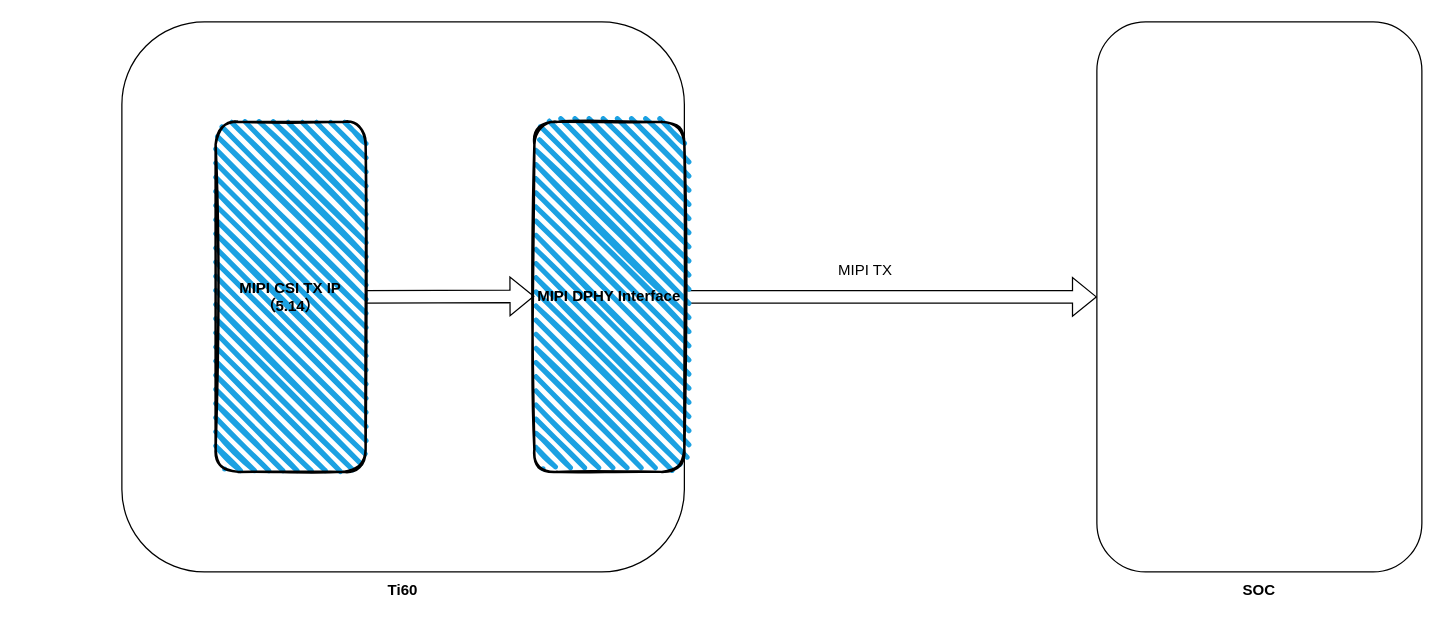
Before: A13-LD_Back.drawio in shenwangchong/learngit, a draw.io diagram. Source tidied: cells renumbered, new cells numbered last; positions are measured from the earlier drawing's top-left corner, leaving out a move shared by most shapes. Both pictures are drawn from the tidied source at 125%, with x=0, y=0 at pixel (121, 21).
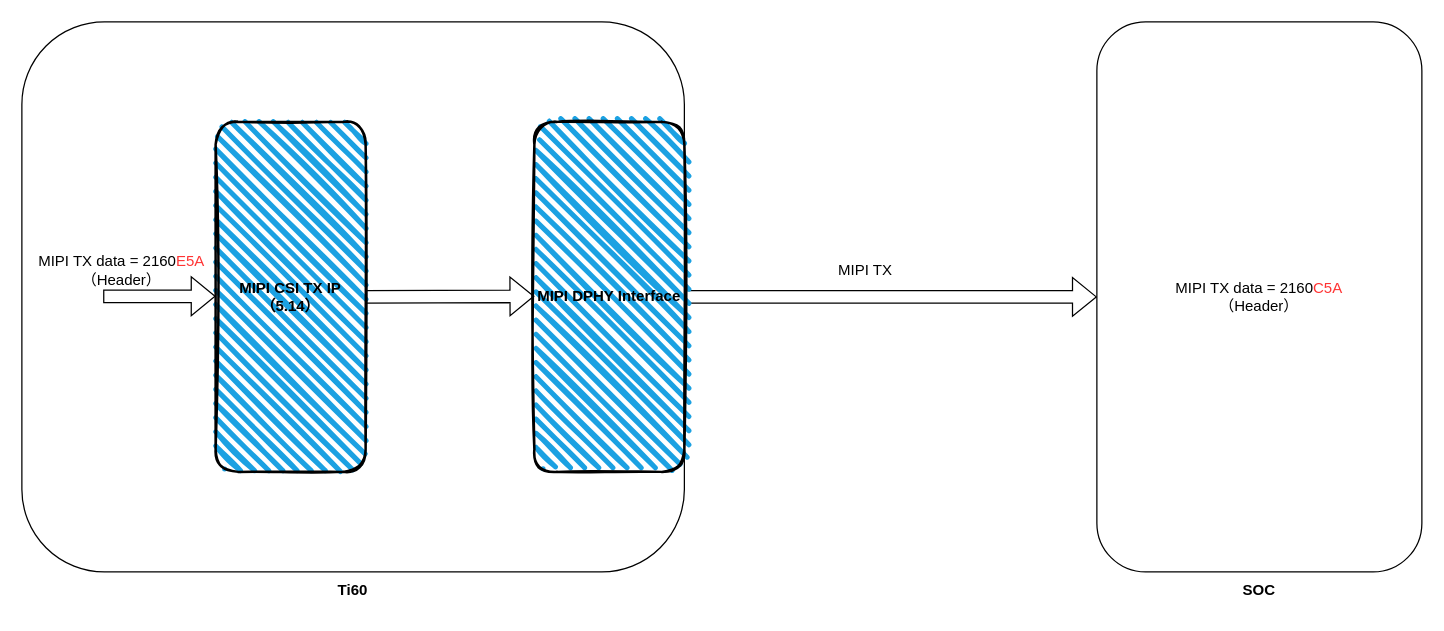
After the change.

What changed in the source:
```diff
@@
 <mxGraphModel>
   <root>
     <mxCell id="0" />
     <mxCell id="1" parent="0" />
     <mxCell id="2" style="rounded=1;whiteSpace=wrap;html=1;" parent="1" vertex="1">
-      <mxGeometry width="450" height="440" as="geometry" />
+      <mxGeometry x="-80" width="530" height="440" as="geometry" />
     </mxCell>
     <mxCell id="3" style="rounded=1;whiteSpace=wrap;html=1;" parent="1" vertex="1">
       <mxGeometry x="780" width="260" height="440" as="geometry" />
     </mxCell>
     <mxCell id="4" value="&lt;b&gt;Ti60&lt;/b&gt;" style="text;html=1;whiteSpace=wrap;strokeColor=none;fillColor=none;align=center;verticalAlign=middle;rounded=0;" parent="1" vertex="1">
-      <mxGeometry x="195" y="440" width="60" height="30" as="geometry" />
+      <mxGeometry x="155" y="440" width="60" height="30" as="geometry" />
     </mxCell>
     <mxCell id="5" value="&lt;b&gt;SOC&lt;/b&gt;" style="text;html=1;whiteSpace=wrap;strokeColor=none;fillColor=none;align=center;verticalAlign=middle;rounded=0;" parent="1" vertex="1">
       <mxGeometry x="880" y="440" width="60" height="30" as="geometry" />
     </mxCell>
     <mxCell id="6" value="MIPI TX" style="text;html=1;whiteSpace=wrap;strokeColor=none;fillColor=none;align=center;verticalAlign=middle;rounded=0;" parent="1" vertex="1">
       <mxGeometry x="560" y="184" width="70" height="30" as="geometry" />
     </mxCell>
     <mxCell id="7" style="shape=flexArrow;endArrow=classic;html=1;rounded=0;entryX=0;entryY=0.5;entryDx=0;entryDy=0;exitX=1;exitY=0.5;exitDx=0;exitDy=0;" parent="1" edge="1" source="2" target="3">
       <mxGeometry relative="1" as="geometry" />
     </mxCell>
     <mxCell id="8" value="&lt;b&gt;MIPI CSI TX IP（5.14）&lt;/b&gt;" style="rounded=1;whiteSpace=wrap;html=1;strokeWidth=2;fillWeight=4;hachureGap=8;hachureAngle=45;fillColor=#1ba1e2;sketch=1;" parent="1" vertex="1">
       <mxGeometry x="75" y="80" width="120" height="280" as="geometry" />
     </mxCell>
     <mxCell id="9" value="&lt;b&gt;MIPI DPHY Interface&lt;/b&gt;" style="rounded=1;whiteSpace=wrap;html=1;strokeWidth=2;fillWeight=4;hachureGap=8;hachureAngle=45;fillColor=#1ba1e2;sketch=1;" parent="1" vertex="1">
       <mxGeometry x="330" y="80" width="120" height="280" as="geometry" />
     </mxCell>
     <mxCell id="10" style="shape=flexArrow;endArrow=classic;html=1;rounded=0;exitX=1;exitY=0.5;exitDx=0;exitDy=0;" parent="1" edge="1" source="8">
       <mxGeometry relative="1" as="geometry">
         <mxPoint x="330" y="219.5" as="targetPoint" />
       </mxGeometry>
     </mxCell>
+    <mxCell id="11" style="shape=flexArrow;endArrow=classic;html=1;rounded=0;" parent="1" edge="1">
+      <mxGeometry relative="1" as="geometry">
+        <mxPoint x="-15" y="219.5" as="sourcePoint" />
+        <mxPoint x="75" y="219.5" as="targetPoint" />
+      </mxGeometry>
+    </mxCell>
+    <mxCell id="12" value="MIPI TX data = 2160&lt;span style=&quot;color: rgb(255, 51, 51);&quot;&gt;E5A&lt;/span&gt;&lt;div&gt;（Header&lt;span style=&quot;background-color: transparent; color: light-dark(rgb(0, 0, 0), rgb(255, 255, 255));&quot;&gt;）&lt;/span&gt;&lt;/div&gt;" style="text;html=1;whiteSpace=wrap;strokeColor=none;fillColor=none;align=center;verticalAlign=middle;rounded=0;" parent="1" vertex="1">
+      <mxGeometry x="-80" y="179" width="160" height="40" as="geometry" />
+    </mxCell>
+    <mxCell id="13" value="MIPI TX data = 2160&lt;span style=&quot;color: rgb(255, 51, 51);&quot;&gt;C5A&lt;/span&gt;&lt;div&gt;（Header&lt;span style=&quot;background-color: transparent; color: light-dark(rgb(0, 0, 0), rgb(255, 255, 255));&quot;&gt;）&lt;/span&gt;&lt;/div&gt;" style="text;html=1;whiteSpace=wrap;strokeColor=none;fillColor=none;align=center;verticalAlign=middle;rounded=0;" parent="1" vertex="1">
+      <mxGeometry x="830" y="200" width="160" height="40" as="geometry" />
+    </mxCell>
   </root>
 </mxGraphModel>
```
